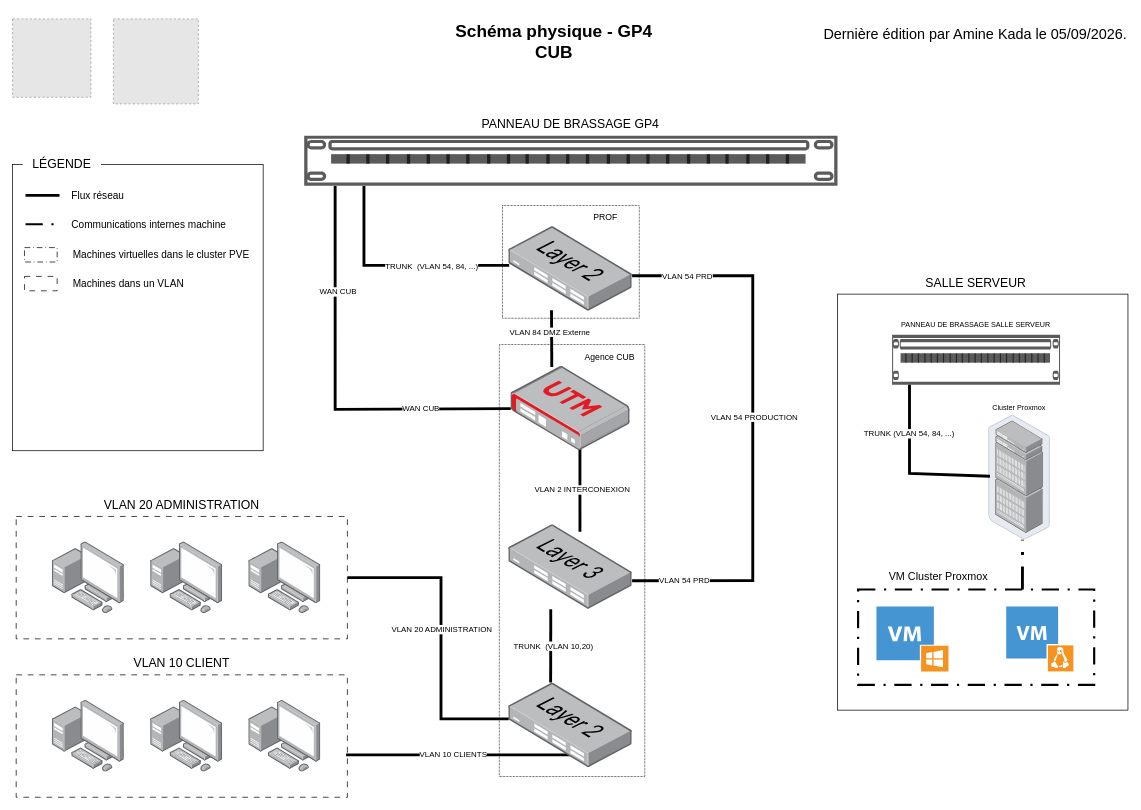
IT-Amine/cub keeps this draw.io diagram as docs/ressources/schemas/cub-schema-physique-gp4.drawio. Above is the earlier version. Source tidied: cells renumbered, new cells numbered last; positions are measured from the earlier drawing's top-left corner, leaving out a move shared by most shapes. Both pictures are drawn from the tidied source at 72%, with x=0, y=0 at pixel (12, 12). Pictures stored in the file or linked from it are replaced by grey dashed boxes.
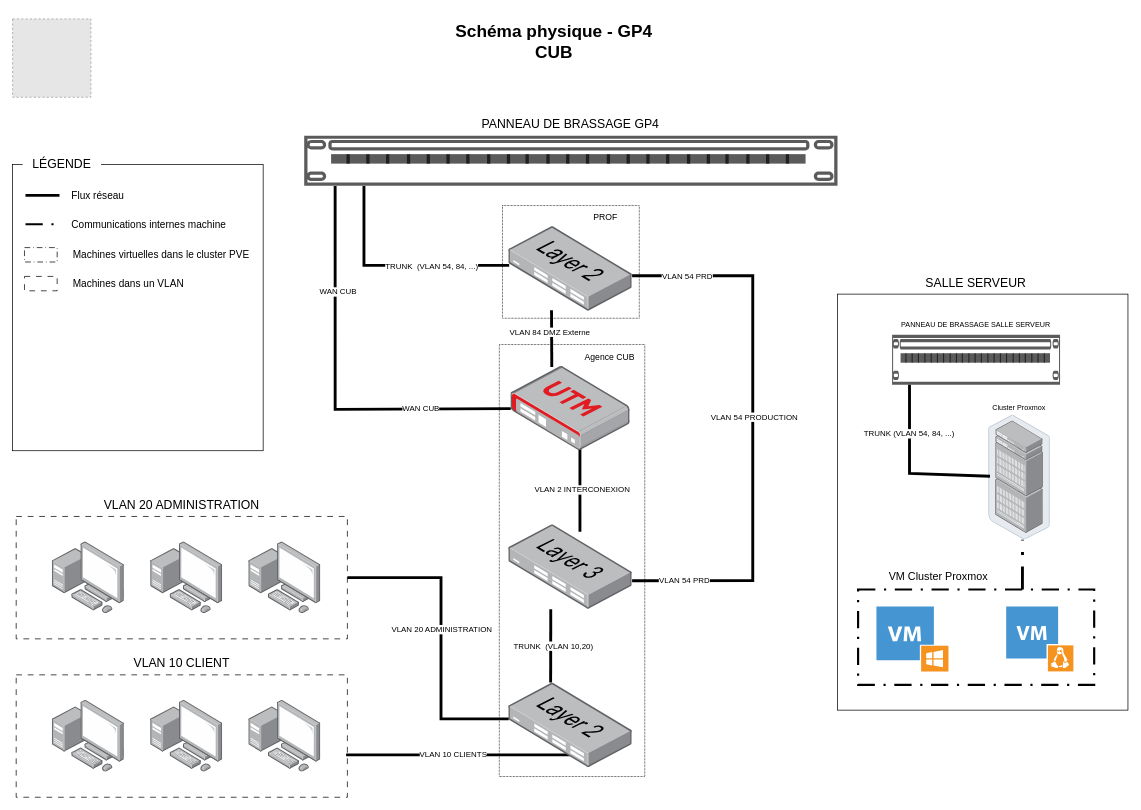
After the change.

The edit, as a diff of the source:
```diff
@@
-    <mxCell id="5" style="fillColor=#E6E6E6;strokeColor=#999999;dashed=1;verticalLabelPosition=bottom;labelBackgroundColor=default;verticalAlign=top;" parent="1" vertex="1">
-      <mxGeometry x="140" y="8.8" width="118" height="118" as="geometry" />
-    </mxCell>
@@
-    <mxCell id="7" value="&lt;div&gt;&lt;font style=&quot;font-size: 20px;&quot;&gt;Dernière édition par Amine Kada le 05/09/2026.&lt;/font&gt;&lt;/div&gt;" style="text;html=1;align=right;verticalAlign=middle;strokeColor=none;fillColor=none;fontSize=24;" parent="1" vertex="1">
-      <mxGeometry x="1099.1" y="8.8" width="450" height="40" as="geometry" />
-    </mxCell>
```
